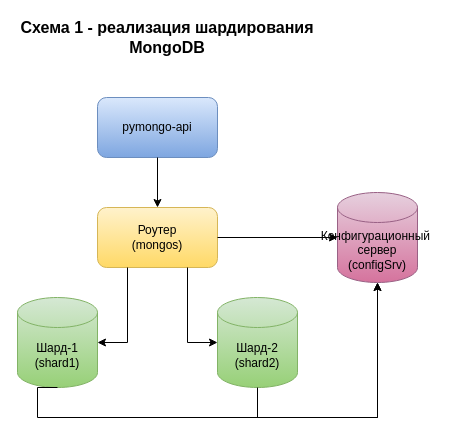
The draw.io diagram schemas/schema-v1-sharding.drawio in megalosandros/architecture-black_friday, before the edit. Source tidied: cells renumbered, new cells numbered last; positions are measured from the earlier drawing's top-left corner, leaving out a move shared by most shapes. Both pictures are drawn from the tidied source at 100%, with x=0, y=0 at pixel (17, 17).
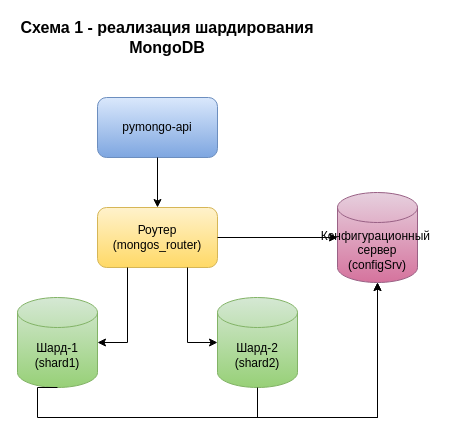
Above is the later version.

Change to the diagram source:
```diff
@@
 <mxGraphModel>
   <root>
     <mxCell id="0" />
     <mxCell id="1" parent="0" />
     <mxCell id="2" value="pymongo-api" style="rounded=1;whiteSpace=wrap;html=1;fillColor=#dae8fc;strokeColor=#6c8ebf;gradientColor=#7ea6e0;" parent="1" vertex="1">
       <mxGeometry x="80" y="80" width="120" height="60" as="geometry" />
     </mxCell>
-    <mxCell id="3" value="Роутер&lt;div&gt;(mongos)&lt;/div&gt;" style="rounded=1;whiteSpace=wrap;html=1;fillColor=#fff2cc;strokeColor=#d6b656;gradientColor=#ffd966;" parent="1" vertex="1">
+    <mxCell id="3" value="Роутер&lt;div&gt;(mongos_router)&lt;/div&gt;" style="rounded=1;whiteSpace=wrap;html=1;fillColor=#fff2cc;strokeColor=#d6b656;gradientColor=#ffd966;" parent="1" vertex="1">
       <mxGeometry x="80" y="190" width="120" height="60" as="geometry" />
     </mxCell>
     <mxCell id="4" value="Конфигурационный&amp;nbsp; сервер&lt;div&gt;(configSrv)&lt;/div&gt;" style="shape=cylinder3;whiteSpace=wrap;html=1;boundedLbl=1;backgroundOutline=1;size=15;fillColor=#e6d0de;strokeColor=#996185;gradientColor=#d5739d;" parent="1" vertex="1">
       <mxGeometry x="320" y="175" width="80" height="90" as="geometry" />
     </mxCell>
     <mxCell id="5" value="Шард-1&lt;div&gt;(shard1)&lt;/div&gt;" style="shape=cylinder3;whiteSpace=wrap;html=1;boundedLbl=1;backgroundOutline=1;size=15;fillColor=#d5e8d4;strokeColor=#82b366;gradientColor=#97d077;" parent="1" vertex="1">
       <mxGeometry y="280" width="80" height="90" as="geometry" />
     </mxCell>
     <mxCell id="6" value="Шард-2&lt;div&gt;(shard2)&lt;/div&gt;" style="shape=cylinder3;whiteSpace=wrap;html=1;boundedLbl=1;backgroundOutline=1;size=15;fillColor=#d5e8d4;strokeColor=#82b366;gradientColor=#97d077;" parent="1" vertex="1">
       <mxGeometry x="200" y="280" width="80" height="90" as="geometry" />
     </mxCell>
     <mxCell id="7" style="edgeStyle=orthogonalEdgeStyle;rounded=0;jettySize=auto;html=1;exitX=0.5;exitY=1;exitDx=0;exitDy=0;" parent="1" edge="1" source="2" target="3">
       <mxGeometry relative="1" as="geometry" />
     </mxCell>
     <mxCell id="8" style="edgeStyle=orthogonalEdgeStyle;rounded=0;jettySize=auto;html=1;entryX=0;entryY=0.5;entryDx=0;entryDy=0;exitX=1;exitY=0.5;exitDx=0;exitDy=0;" parent="1" edge="1" source="3" target="4">
       <mxGeometry relative="1" as="geometry" />
     </mxCell>
     <mxCell id="9" style="edgeStyle=orthogonalEdgeStyle;rounded=0;jettySize=auto;html=1;exitX=0.25;exitY=1;exitDx=0;exitDy=0;entryX=1;entryY=0.5;entryDx=0;entryDy=0;" parent="1" edge="1" source="3" target="5">
       <mxGeometry relative="1" as="geometry" />
     </mxCell>
     <mxCell id="10" style="edgeStyle=orthogonalEdgeStyle;rounded=0;jettySize=auto;html=1;exitX=0.75;exitY=1;exitDx=0;exitDy=0;entryX=0;entryY=0.5;entryDx=0;entryDy=0;" parent="1" edge="1" source="3" target="6">
       <mxGeometry relative="1" as="geometry" />
     </mxCell>
     <mxCell id="11" value="Схема 1 - реализация шардирования MongoDB" style="text;html=1;strokeColor=none;fillColor=none;align=center;verticalAlign=middle;whiteSpace=wrap;rounded=0;fontSize=16;fontStyle=1;" parent="1" vertex="1">
       <mxGeometry width="300" height="40" as="geometry" />
     </mxCell>
     <mxCell id="12" style="edgeStyle=orthogonalEdgeStyle;rounded=0;jettySize=auto;html=1;exitX=0.5;exitY=1;exitDx=0;exitDy=0;entryX=0.5;entryY=1;entryDx=0;entryDy=0;entryPerimeter=0;exitPerimeter=0;" parent="1" edge="1" source="5" target="4">
       <mxGeometry relative="1" as="geometry">
         <Array as="points">
           <mxPoint x="20" y="400" />
           <mxPoint x="360" y="400" />
         </Array>
       </mxGeometry>
     </mxCell>
     <mxCell id="13" style="edgeStyle=orthogonalEdgeStyle;rounded=0;jettySize=auto;html=1;exitX=0.5;exitY=1;exitDx=0;exitDy=0;entryX=0.5;entryY=1;entryDx=0;entryDy=0;entryPerimeter=0;exitPerimeter=0;" parent="1" edge="1" source="6" target="4">
       <mxGeometry relative="1" as="geometry">
         <Array as="points">
           <mxPoint x="240" y="400" />
           <mxPoint x="360" y="400" />
         </Array>
       </mxGeometry>
     </mxCell>
   </root>
 </mxGraphModel>
```
